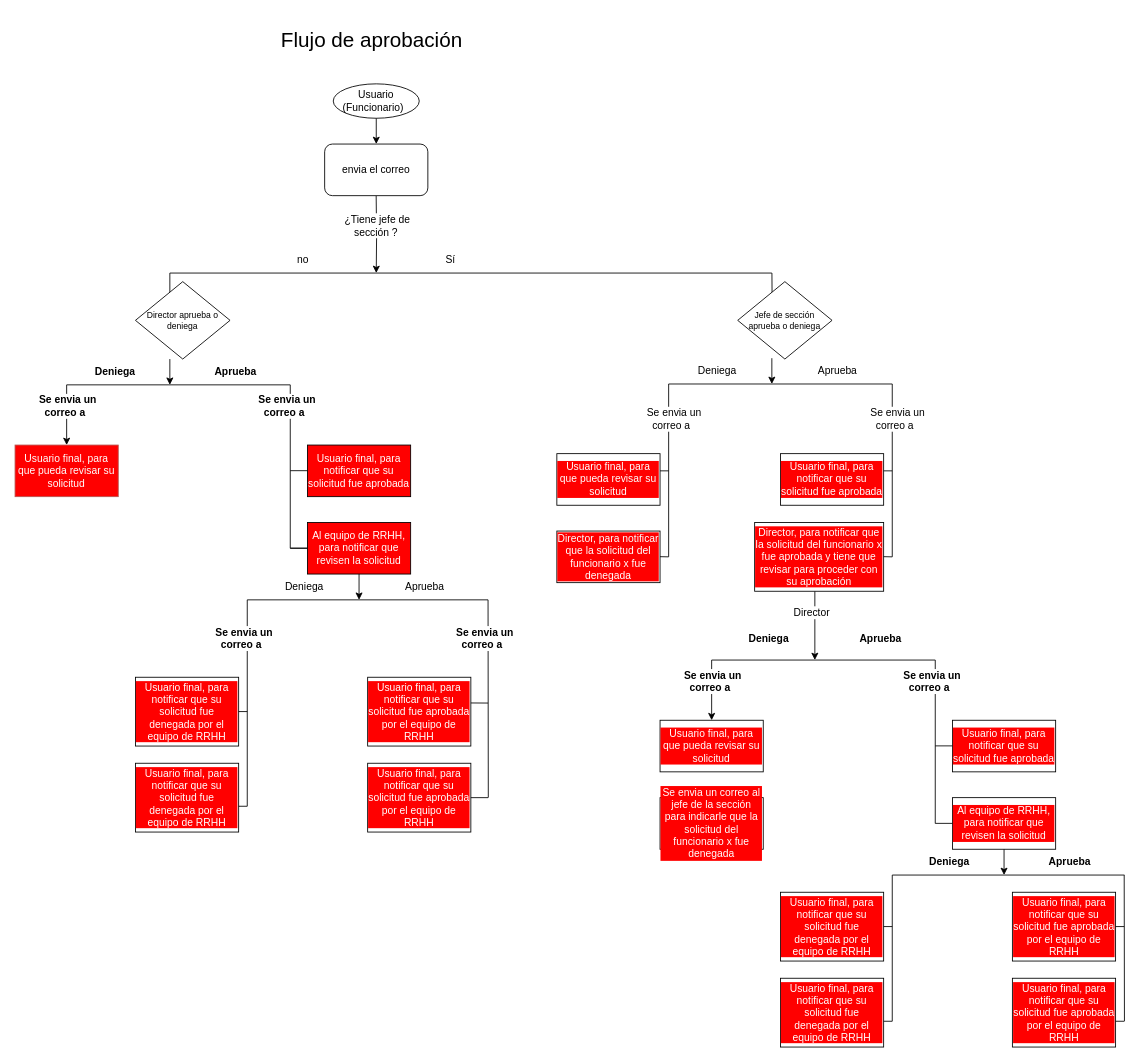
Earlier version of the draw.io diagram page "Usuario Final" (1 of 3) of rrhh/Untitled Diagram.drawio (rmiambiente/DrawioInfo). Source tidied: cells renumbered, new cells numbered last; positions are measured from the earlier drawing's top-left corner, leaving out a move shared by most shapes. Both pictures are drawn from the tidied source at 86%, with x=0, y=0 at pixel (15, 15).
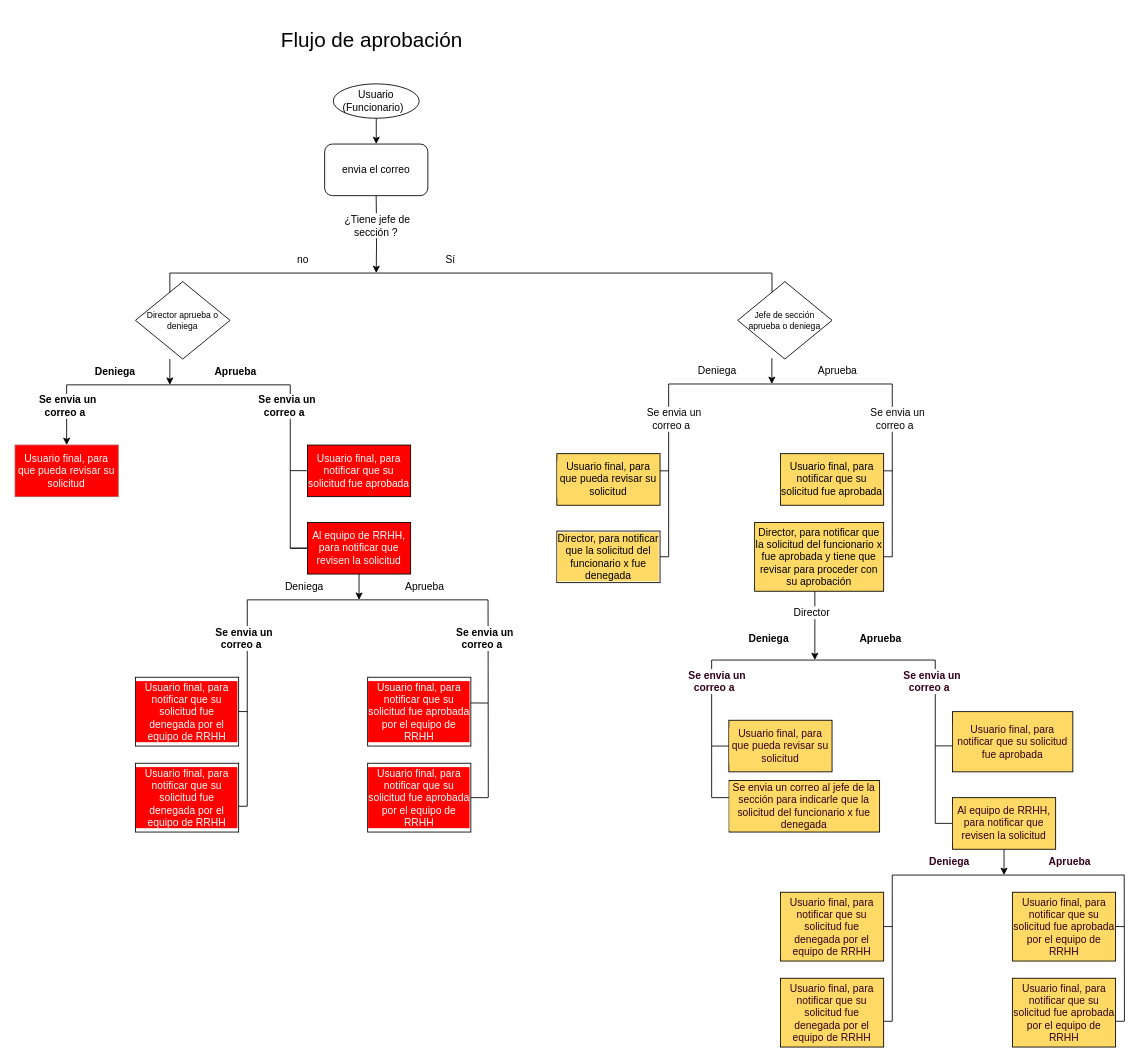
After the change.

Diff of the diagram source:
```diff
@@
+    <mxCell id="43" style="endArrow=none;html=1;rounded=0;" parent="1" edge="1">
+      <mxGeometry relative="1" as="geometry">
+        <mxPoint x="1070" y="940" as="sourcePoint" />
+        <mxPoint x="1070" y="750" as="targetPoint" />
+      </mxGeometry>
+    </mxCell>
@@
-    <mxCell id="43" style="endArrow=none;html=1;rounded=0;" parent="1" edge="1">
-      <mxGeometry relative="1" as="geometry">
-        <mxPoint x="1070" y="940" as="sourcePoint" />
-        <mxPoint x="1070" y="750" as="targetPoint" />
-      </mxGeometry>
-    </mxCell>
-    <mxCell id="44" value="&amp;nbsp;Deniega" style="text;html=1;align=center;verticalAlign=middle;whiteSpace=wrap;rounded=0;labelBackgroundColor=default;fontStyle=1;" parent="1" vertex="1">
+    <mxCell id="44" value="&amp;nbsp;Deniega" style="text;html=1;align=center;verticalAlign=middle;whiteSpace=wrap;rounded=0;labelBackgroundColor=#FFFFFF;fontStyle=1;fontColor=#33001A;" parent="1" vertex="1">
       <mxGeometry x="1040" y="970" width="90" height="30" as="geometry" />
     </mxCell>
-    <mxCell id="45" style="endArrow=classic;html=1;rounded=0;entryX=0.5;entryY=0;entryDx=0;entryDy=0;" parent="1" edge="1" target="50">
-      <mxGeometry relative="1" as="geometry">
-        <mxPoint x="810" y="750" as="sourcePoint" />
-      </mxGeometry>
-    </mxCell>
@@
-    <mxCell id="50" value="Usuario final, para que pueda revisar su solicitud" style="rounded=0;whiteSpace=wrap;html=1;labelBackgroundColor=#FF0000;fontColor=#FFFFFF;" parent="1" vertex="1">
-      <mxGeometry x="750" y="820" width="120" height="60" as="geometry" />
+    <mxCell id="50" value="Usuario final, para que pueda revisar su solicitud" style="rounded=0;whiteSpace=wrap;html=1;labelBackgroundColor=#FFD966;fontColor=#33001A;fillColor=#FFD966;gradientColor=none;" parent="1" vertex="1">
+      <mxGeometry x="830" y="820" width="120" height="60" as="geometry" />
     </mxCell>
-    <mxCell id="51" value="Usuario final, para notificar que su solicitud fue aprobada" style="rounded=0;whiteSpace=wrap;html=1;labelBackgroundColor=#FF0000;fontColor=#FFFFFF;" parent="1" vertex="1">
-      <mxGeometry x="1090" y="820" width="120" height="60" as="geometry" />
+    <mxCell id="51" value="&lt;span style=&quot;background-color: light-dark(rgb(255, 217, 102), rgb(84, 51, 0));&quot;&gt;Usuario final, para notificar que su solicitud fue aprobada&lt;/span&gt;" style="rounded=0;whiteSpace=wrap;html=1;labelBackgroundColor=#FFD966;fontColor=#33001A;fillColor=#FFD966;" parent="1" vertex="1">
+      <mxGeometry x="1090" y="810" width="140" height="70" as="geometry" />
     </mxCell>
+    <mxCell id="53" value="Al equipo de RRHH, para notificar que revisen la solicitud" style="rounded=0;whiteSpace=wrap;html=1;labelBackgroundColor=#FFD966;fontColor=#33001A;fillColor=#FFD966;" parent="1" vertex="1">
+      <mxGeometry x="1090" y="910" width="120" height="60" as="geometry" />
+    </mxCell>
-    <mxCell id="52" value="&amp;nbsp;Se envia un correo a&amp;nbsp;" style="text;html=1;align=center;verticalAlign=middle;whiteSpace=wrap;rounded=0;labelBackgroundColor=default;fontStyle=1;" parent="1" vertex="1">
+    <mxCell id="52" value="&amp;nbsp;Se envia un correo a&amp;nbsp;" style="text;html=1;align=center;verticalAlign=middle;whiteSpace=wrap;rounded=0;labelBackgroundColor=#FFFFFF;fontStyle=1;fontColor=#33001A;" parent="1" vertex="1">
       <mxGeometry x="1020" y="760" width="90" height="30" as="geometry" />
     </mxCell>
-    <mxCell id="53" value="Al equipo de RRHH, para notificar que revisen la solicitud" style="rounded=0;whiteSpace=wrap;html=1;labelBackgroundColor=#FF0000;fontColor=#FFFFFF;" parent="1" vertex="1">
-      <mxGeometry x="1090" y="910" width="120" height="60" as="geometry" />
-    </mxCell>
-    <mxCell id="54" style="endArrow=none;html=1;rounded=0;labelBackgroundColor=#FF0000;fontColor=#FFFFFF;" parent="1" edge="1">
+    <mxCell id="54" style="endArrow=none;html=1;rounded=0;labelBackgroundColor=#FFD966;fontColor=#33001A;" parent="1" edge="1">
       <mxGeometry relative="1" as="geometry">
         <mxPoint x="1070" y="939.9" as="sourcePoint" />
         <mxPoint x="1090" y="939.9" as="targetPoint" />
       </mxGeometry>
     </mxCell>
-    <mxCell id="55" style="endArrow=none;html=1;rounded=0;labelBackgroundColor=#FF0000;fontColor=#FFFFFF;" parent="1" edge="1">
+    <mxCell id="55" style="endArrow=none;html=1;rounded=0;labelBackgroundColor=#FFD966;fontColor=#33001A;" parent="1" edge="1">
       <mxGeometry relative="1" as="geometry">
         <mxPoint x="1070" y="849.8" as="sourcePoint" />
         <mxPoint x="1090" y="849.8" as="targetPoint" />
       </mxGeometry>
     </mxCell>
-    <mxCell id="56" style="endArrow=none;html=1;rounded=0;" parent="1" edge="1">
+    <mxCell id="56" style="endArrow=none;html=1;rounded=0;labelBackgroundColor=#FFD966;fontColor=#33001A;" parent="1" edge="1">
       <mxGeometry relative="1" as="geometry">
         <mxPoint x="1020" y="1000" as="sourcePoint" />
         <mxPoint x="1290" y="1000" as="targetPoint" />
       </mxGeometry>
     </mxCell>
-    <mxCell id="57" style="endArrow=classic;html=1;rounded=0;labelBackgroundColor=#FF0000;fontColor=#FFFFFF;" parent="1" edge="1">
+    <mxCell id="57" style="endArrow=classic;html=1;rounded=0;labelBackgroundColor=#FFD966;fontColor=#33001A;" parent="1" edge="1">
       <mxGeometry relative="1" as="geometry">
         <mxPoint x="1150" y="970" as="sourcePoint" />
         <mxPoint x="1150" y="1000" as="targetPoint" />
       </mxGeometry>
     </mxCell>
-    <mxCell id="58" value="&amp;nbsp;Aprueba" style="text;html=1;align=center;verticalAlign=middle;whiteSpace=wrap;rounded=0;fontStyle=1;" parent="1" vertex="1">
+    <mxCell id="58" value="&amp;nbsp;Aprueba" style="text;html=1;align=center;verticalAlign=middle;whiteSpace=wrap;rounded=0;fontStyle=1;labelBackgroundColor=#FFFFFF;fontColor=#33001A;" parent="1" vertex="1">
       <mxGeometry x="1180" y="970" width="90" height="30" as="geometry" />
     </mxCell>
-    <mxCell id="59" value="Usuario final, para notificar que su solicitud fue denegada por el equipo de RRHH" style="rounded=0;whiteSpace=wrap;html=1;labelBackgroundColor=#FF0000;fontColor=#FFFFFF;" parent="1" vertex="1">
+    <mxCell id="59" value="Usuario final, para notificar que su solicitud fue denegada por el equipo de RRHH" style="rounded=0;whiteSpace=wrap;html=1;labelBackgroundColor=#FFD966;fontColor=#33001A;fillColor=#FFD966;" parent="1" vertex="1">
       <mxGeometry x="890" y="1020" width="120" height="80" as="geometry" />
     </mxCell>
-    <mxCell id="60" value="Usuario final, para notificar que su solicitud fue denegada por el equipo de RRHH" style="rounded=0;whiteSpace=wrap;html=1;labelBackgroundColor=#FF0000;fontColor=#FFFFFF;" parent="1" vertex="1">
+    <mxCell id="60" value="Usuario final, para notificar que su solicitud fue denegada por el equipo de RRHH" style="rounded=0;whiteSpace=wrap;html=1;labelBackgroundColor=#FFD966;fontColor=#33001A;fillColor=#FFD966;" parent="1" vertex="1">
       <mxGeometry x="890" y="1120" width="120" height="80" as="geometry" />
     </mxCell>
-    <mxCell id="61" style="endArrow=none;html=1;rounded=0;" parent="1" edge="1">
+    <mxCell id="61" style="endArrow=none;html=1;rounded=0;labelBackgroundColor=#FFD966;fontColor=#33001A;" parent="1" edge="1">
       <mxGeometry relative="1" as="geometry">
         <mxPoint x="1020" y="1170" as="sourcePoint" />
         <mxPoint x="1020" y="1000" as="targetPoint" />
       </mxGeometry>
     </mxCell>
-    <mxCell id="62" style="endArrow=none;html=1;rounded=0;labelBackgroundColor=#FF0000;fontColor=#FFFFFF;" parent="1" edge="1">
+    <mxCell id="62" style="endArrow=none;html=1;rounded=0;labelBackgroundColor=#FFD966;fontColor=#33001A;" parent="1" edge="1">
       <mxGeometry relative="1" as="geometry">
         <mxPoint x="1010" y="1059.9" as="sourcePoint" />
         <mxPoint x="1020" y="1059.9" as="targetPoint" />
       </mxGeometry>
     </mxCell>
-    <mxCell id="63" style="endArrow=none;html=1;rounded=0;labelBackgroundColor=#FF0000;fontColor=#FFFFFF;" parent="1" edge="1">
+    <mxCell id="63" style="endArrow=none;html=1;rounded=0;labelBackgroundColor=#FFD966;fontColor=#33001A;" parent="1" edge="1">
       <mxGeometry relative="1" as="geometry">
         <mxPoint x="1010" y="1170" as="sourcePoint" />
         <mxPoint x="1020" y="1170" as="targetPoint" />
       </mxGeometry>
     </mxCell>
-    <mxCell id="64" value="Usuario final, para notificar que su solicitud fue aprobada por el equipo de RRHH" style="rounded=0;whiteSpace=wrap;html=1;labelBackgroundColor=#FF0000;fontColor=#FFFFFF;" parent="1" vertex="1">
+    <mxCell id="64" value="Usuario final, para notificar que su solicitud fue aprobada por el equipo de RRHH" style="rounded=0;whiteSpace=wrap;html=1;labelBackgroundColor=#FFD966;fontColor=#33001A;strokeColor=default;fillColor=#FFD966;" parent="1" vertex="1">
       <mxGeometry x="1159.7" y="1020" width="120" height="80" as="geometry" />
     </mxCell>
-    <mxCell id="65" value="Usuario final, para notificar que su solicitud fue aprobada por el equipo de RRHH" style="rounded=0;whiteSpace=wrap;html=1;labelBackgroundColor=#FF0000;fontColor=#FFFFFF;" parent="1" vertex="1">
+    <mxCell id="65" value="Usuario final, para notificar que su solicitud fue aprobada por el equipo de RRHH" style="rounded=0;whiteSpace=wrap;html=1;labelBackgroundColor=#FFD966;fontColor=#33001A;strokeColor=default;fillColor=#FFD966;" parent="1" vertex="1">
       <mxGeometry x="1159.7" y="1120" width="120" height="80" as="geometry" />
     </mxCell>
-    <mxCell id="66" style="endArrow=none;html=1;rounded=0;" parent="1" edge="1">
+    <mxCell id="66" style="endArrow=none;html=1;rounded=0;labelBackgroundColor=#FFD966;fontColor=#33001A;" parent="1" edge="1">
       <mxGeometry relative="1" as="geometry">
         <mxPoint x="1290" y="1170" as="sourcePoint" />
         <mxPoint x="1289.7" y="1000" as="targetPoint" />
       </mxGeometry>
     </mxCell>
-    <mxCell id="67" style="endArrow=none;html=1;rounded=0;labelBackgroundColor=#FF0000;fontColor=#FFFFFF;" parent="1" edge="1">
+    <mxCell id="67" style="endArrow=none;html=1;rounded=0;labelBackgroundColor=#FFD966;fontColor=#33001A;strokeColor=default;" parent="1" edge="1">
       <mxGeometry relative="1" as="geometry">
         <mxPoint x="1279.7" y="1059.9" as="sourcePoint" />
         <mxPoint x="1289.7" y="1059.9" as="targetPoint" />
       </mxGeometry>
     </mxCell>
-    <mxCell id="68" style="endArrow=none;html=1;rounded=0;labelBackgroundColor=#FF0000;fontColor=#FFFFFF;" parent="1" edge="1">
+    <mxCell id="68" style="endArrow=none;html=1;rounded=0;labelBackgroundColor=#FFD966;fontColor=#33001A;strokeColor=default;" parent="1" edge="1">
       <mxGeometry relative="1" as="geometry">
         <mxPoint x="1279.7" y="1170" as="sourcePoint" />
         <mxPoint x="1289.7" y="1170" as="targetPoint" />
       </mxGeometry>
     </mxCell>
-    <mxCell id="69" value="&amp;nbsp;Se envia un correo a&amp;nbsp;" style="text;html=1;align=center;verticalAlign=middle;whiteSpace=wrap;rounded=0;labelBackgroundColor=default;fontStyle=1;" parent="1" vertex="1">
-      <mxGeometry x="765" y="760" width="90" height="30" as="geometry" />
-    </mxCell>
@@
-    <mxCell id="74" value="Usuario final, para que pueda revisar su solicitud" style="rounded=0;whiteSpace=wrap;html=1;labelBackgroundColor=#FF0000;fontColor=#FFFFFF;" parent="1" vertex="1">
+    <mxCell id="74" value="Usuario final, para que pueda revisar su solicitud" style="rounded=0;whiteSpace=wrap;html=1;labelBackgroundColor=#FFD966;fontColor=#000000;fillColor=#FFD966;" parent="1" vertex="1">
       <mxGeometry x="630" y="510" width="120" height="60" as="geometry" />
     </mxCell>
-    <mxCell id="75" value="Director, para notificar que la solicitud del funcionario x fue denegada" style="rounded=0;whiteSpace=wrap;html=1;labelBackgroundColor=#FF0000;fontColor=#FFFFFF;" parent="1" vertex="1">
+    <mxCell id="75" value="Director, para notificar que la solicitud del funcionario x fue denegada" style="rounded=0;whiteSpace=wrap;html=1;labelBackgroundColor=#FFD966;fontColor=#000000;" parent="1" vertex="1">
       <mxGeometry x="630" y="600" width="120" height="60" as="geometry" />
     </mxCell>
@@
-    <mxCell id="77" style="endArrow=none;html=1;rounded=0;labelBackgroundColor=#FF0000;fontColor=#FFFFFF;" parent="1" edge="1">
+    <mxCell id="77" style="endArrow=none;html=1;rounded=0;labelBackgroundColor=#FFD966;fontColor=#000000;" parent="1" edge="1">
       <mxGeometry relative="1" as="geometry">
         <mxPoint x="750" y="530" as="sourcePoint" />
         <mxPoint x="760" y="530" as="targetPoint" />
       </mxGeometry>
     </mxCell>
-    <mxCell id="78" style="endArrow=none;html=1;rounded=0;labelBackgroundColor=#FF0000;fontColor=#FFFFFF;" parent="1" edge="1">
+    <mxCell id="78" style="endArrow=none;html=1;rounded=0;labelBackgroundColor=#FFD966;fontColor=#000000;" parent="1" edge="1">
       <mxGeometry relative="1" as="geometry">
         <mxPoint x="750" y="629.8" as="sourcePoint" />
         <mxPoint x="760" y="630" as="targetPoint" />
       </mxGeometry>
     </mxCell>
@@
-    <mxCell id="81" value="Usuario final, para notificar que su solicitud fue aprobada" style="rounded=0;whiteSpace=wrap;html=1;labelBackgroundColor=#FF0000;fontColor=#FFFFFF;labelBorderColor=none;" parent="1" vertex="1">
+    <mxCell id="81" value="Usuario final, para notificar que su solicitud fue aprobada" style="rounded=0;whiteSpace=wrap;html=1;labelBackgroundColor=#FFD966;fontColor=#000000;labelBorderColor=none;fillColor=#FFD966;" parent="1" vertex="1">
       <mxGeometry x="890" y="510" width="120" height="60" as="geometry" />
     </mxCell>
-    <mxCell id="82" value="Director, para notificar que la solicitud del funcionario x fue aprobada y tiene que revisar para proceder con su aprobación" style="rounded=0;whiteSpace=wrap;html=1;labelBackgroundColor=#FF0000;fontColor=#FFFFFF;" parent="1" vertex="1">
+    <mxCell id="82" value="Director, para notificar que la solicitud del funcionario x fue aprobada y tiene que revisar para proceder con su aprobación" style="rounded=0;whiteSpace=wrap;html=1;labelBackgroundColor=#FFD966;fontColor=#000000;fillColor=#FFD966;" parent="1" vertex="1">
       <mxGeometry x="860" y="590" width="150" height="80" as="geometry" />
     </mxCell>
-    <mxCell id="83" style="endArrow=none;html=1;rounded=0;labelBackgroundColor=#FF0000;fontColor=#FFFFFF;" parent="1" edge="1">
+    <mxCell id="83" style="endArrow=none;html=1;rounded=0;labelBackgroundColor=#FFD966;fontColor=#000000;" parent="1" edge="1">
       <mxGeometry relative="1" as="geometry">
         <mxPoint x="1010" y="530" as="sourcePoint" />
         <mxPoint x="1020" y="530" as="targetPoint" />
       </mxGeometry>
     </mxCell>
-    <mxCell id="84" style="endArrow=none;html=1;rounded=0;labelBackgroundColor=#FF0000;fontColor=#FFFFFF;" parent="1" edge="1">
+    <mxCell id="84" style="endArrow=none;html=1;rounded=0;labelBackgroundColor=#FFD966;fontColor=#000000;" parent="1" edge="1">
       <mxGeometry relative="1" as="geometry">
         <mxPoint x="1010" y="629.8" as="sourcePoint" />
         <mxPoint x="1020" y="630" as="targetPoint" />
       </mxGeometry>
     </mxCell>
@@
-    <mxCell id="88" value="Se envia un correo al jefe de la sección para indicarle que la solicitud del funcionario x fue denegada" style="rounded=0;whiteSpace=wrap;html=1;labelBackgroundColor=#FF0000;fontColor=#FFFFFF;" parent="1" vertex="1">
-      <mxGeometry x="750" y="910" width="120" height="60" as="geometry" />
+    <mxCell id="88" value="Se envia un correo al jefe de la sección para indicarle que la solicitud del funcionario x fue denegada" style="rounded=0;whiteSpace=wrap;html=1;labelBackgroundColor=#FFD966;fontColor=#33001A;fillColor=#FFD966;" parent="1" vertex="1">
+      <mxGeometry x="830.3" y="890" width="175" height="60" as="geometry" />
     </mxCell>
@@
+    <mxCell id="90" style="endArrow=none;html=1;rounded=0;labelBackgroundColor=#FFD966;fontColor=#33001A;" parent="1" edge="1">
+      <mxGeometry relative="1" as="geometry">
+        <mxPoint x="810" y="850" as="sourcePoint" />
+        <mxPoint x="830" y="850" as="targetPoint" />
+      </mxGeometry>
+    </mxCell>
+    <mxCell id="91" style="endArrow=none;html=1;rounded=0;labelBackgroundColor=#FFD966;fontColor=#33001A;" parent="1" edge="1">
+      <mxGeometry relative="1" as="geometry">
+        <mxPoint x="810" y="910" as="sourcePoint" />
+        <mxPoint x="830" y="910" as="targetPoint" />
+      </mxGeometry>
+    </mxCell>
+    <mxCell id="92" style="endArrow=none;html=1;rounded=0;" parent="1" edge="1">
+      <mxGeometry relative="1" as="geometry">
+        <mxPoint x="810" y="910" as="sourcePoint" />
+        <mxPoint x="810" y="750" as="targetPoint" />
+      </mxGeometry>
+    </mxCell>
+    <mxCell id="69" value="&amp;nbsp;Se envia un correo a&amp;nbsp;" style="text;html=1;align=center;verticalAlign=middle;whiteSpace=wrap;rounded=0;labelBackgroundColor=#FFFFFF;fontStyle=1;fontColor=#33001A;" parent="1" vertex="1">
+      <mxGeometry x="770" y="760" width="90" height="30" as="geometry" />
+    </mxCell>
```
